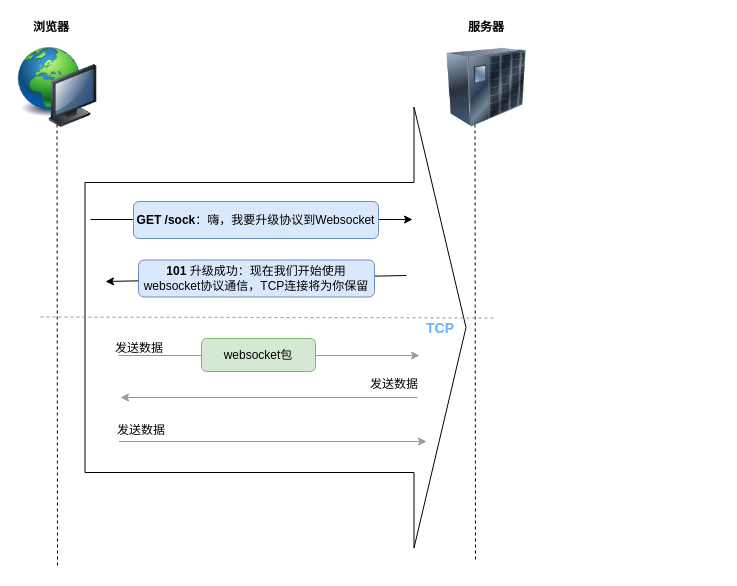
The draw.io diagram page "websocket" (1 of 7) of source/_drawio/sockjs.drawio in ivan-94/bobi.ink, before the edit. Source tidied: cells renumbered, new cells numbered last; positions are measured from the earlier drawing's top-left corner, leaving out a move shared by most shapes. Both pictures are drawn from the tidied source at 100%, with x=0, y=0 at pixel (17, 17).
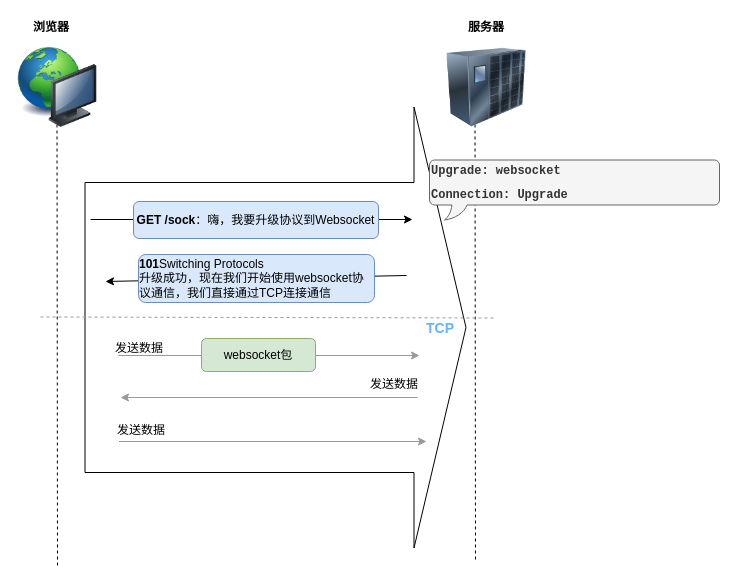
Above is the later version.

Diff of the diagram source:
```diff
@@
-    <mxCell id="12" value="&lt;b&gt;101&lt;/b&gt; 升级成功：现在我们开始使用websocket协议通信，TCP连接将为你保留" style="rounded=1;whiteSpace=wrap;html=1;fillColor=#dae8fc;strokeColor=#6c8ebf;" parent="1" vertex="1">
-      <mxGeometry x="121" y="242.5" width="236" height="37" as="geometry" />
+    <mxCell id="12" value="&lt;div style=&quot;text-align: left&quot;&gt;&lt;b&gt;101&lt;/b&gt;&lt;span&gt;Switching Protocols&lt;/span&gt;&lt;/div&gt;&lt;div style=&quot;text-align: left&quot;&gt;&lt;span&gt;升级成功，&lt;/span&gt;&lt;span&gt;现在我们开始使用websocket协议通信，我们直接通过TCP连接通信&lt;/span&gt;&lt;/div&gt;" style="rounded=1;whiteSpace=wrap;html=1;fillColor=#dae8fc;strokeColor=#6c8ebf;" parent="1" vertex="1">
+      <mxGeometry x="121" y="237" width="236" height="48" as="geometry" />
     </mxCell>
@@
+    <mxCell id="22" value="&lt;p style=&quot;line-height: 100%&quot;&gt;&lt;/p&gt;&lt;pre style=&quot;line-height: 100%&quot;&gt;&lt;pre&gt;&lt;b&gt;Upgrade: websocket&lt;/b&gt;&lt;/pre&gt;&lt;pre&gt;&lt;b&gt;Connection: Upgrade&lt;/b&gt;&lt;/pre&gt;&lt;/pre&gt;&lt;p&gt;&lt;/p&gt;" style="whiteSpace=wrap;html=1;shape=mxgraph.basic.roundRectCallout;dx=30;dy=15;size=5;boundedLbl=1;fillColor=#f5f5f5;strokeColor=#666666;fontColor=#333333;align=left;" parent="1" vertex="1">
+      <mxGeometry x="412" y="142.5" width="290" height="60" as="geometry" />
+    </mxCell>
```
